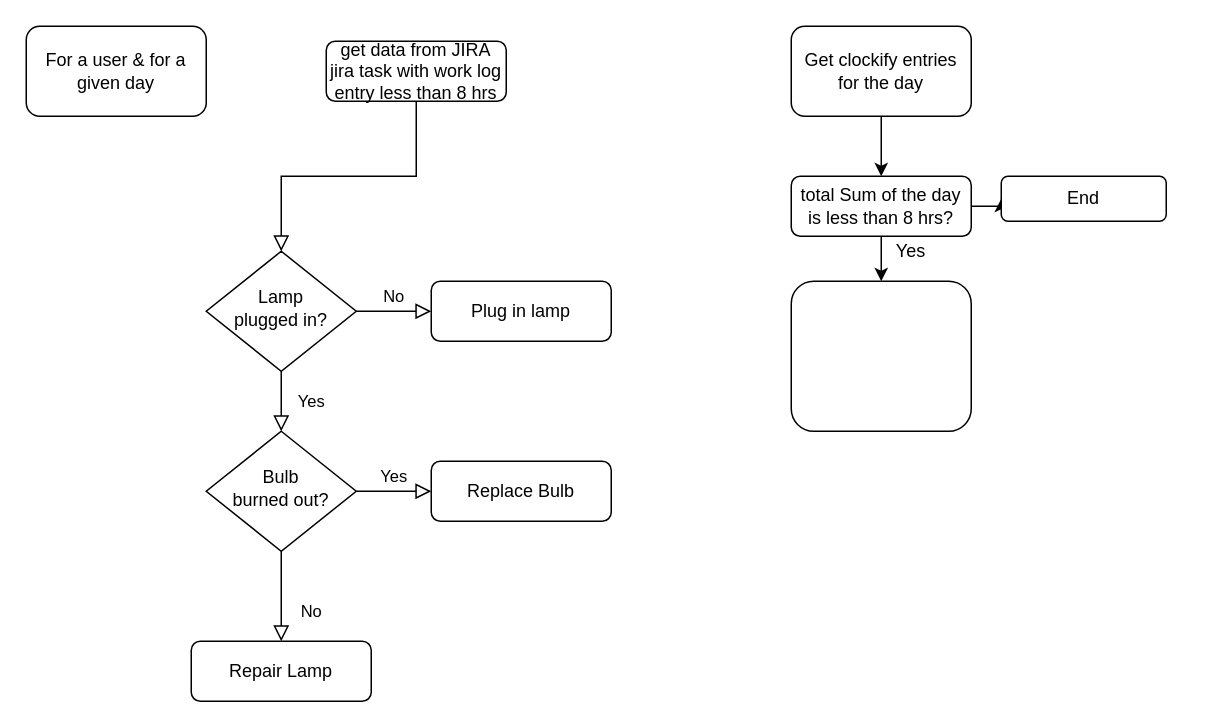
The draw.io diagram Untitled Diagram.drawio in pkochar263/Sending-Emails-to-multiple-people, before the edit. Source tidied: cells renumbered, new cells numbered last; positions are measured from the earlier drawing's top-left corner, leaving out a move shared by most shapes. Both pictures are drawn from the tidied source at 150%, with x=0, y=0 at pixel (26, 26).
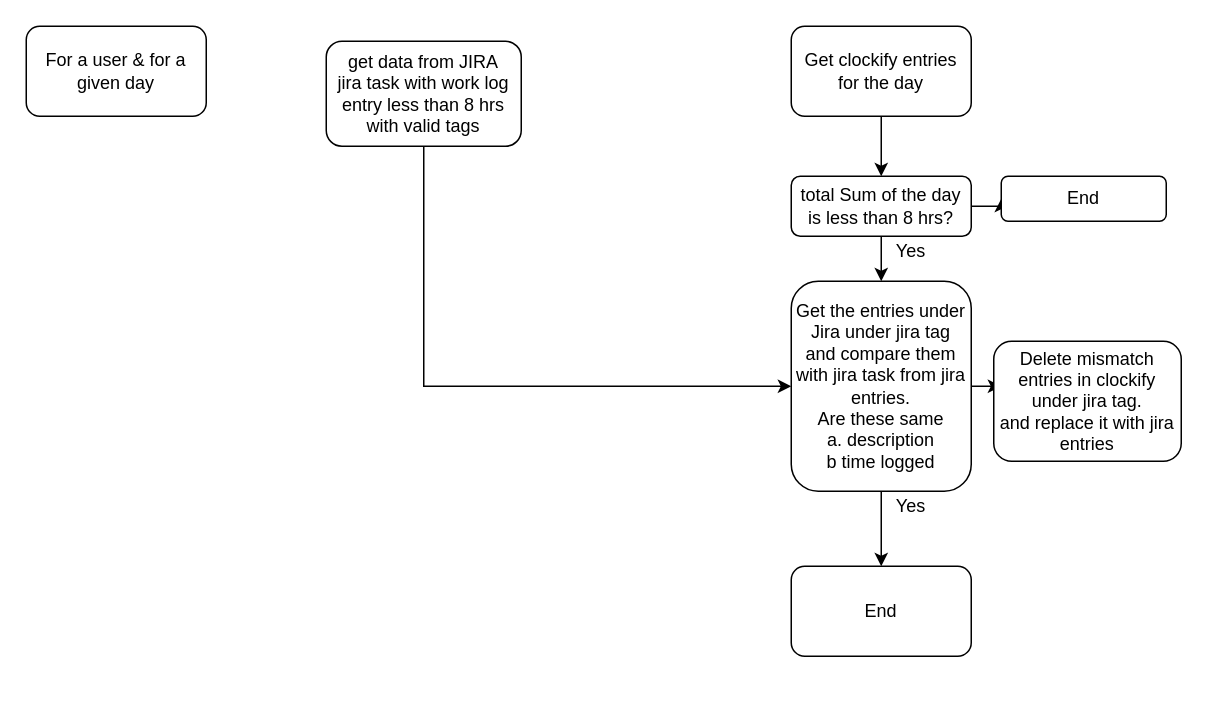
The same diagram, later.

Change to the diagram source:
```diff
@@
-    <mxCell id="2" style="rounded=0;html=1;jettySize=auto;fontSize=11;endArrow=block;endFill=0;endSize=8;strokeWidth=1;shadow=0;labelBackgroundColor=none;edgeStyle=orthogonalEdgeStyle;" parent="1" edge="1" source="3" target="6">
-      <mxGeometry relative="1" as="geometry" />
-    </mxCell>
+    <mxCell id="22" style="edgeStyle=orthogonalEdgeStyle;rounded=0;jettySize=auto;html=1;exitX=0.5;exitY=1;exitDx=0;exitDy=0;entryX=0;entryY=0.5;entryDx=0;entryDy=0;" parent="1" edge="1" source="3" target="19">
+      <mxGeometry relative="1" as="geometry" />
+    </mxCell>
-    <mxCell id="3" value="get data from JIRA&lt;br&gt;jira task with work log entry less than 8 hrs" style="rounded=1;whiteSpace=wrap;html=1;fontSize=12;glass=0;strokeWidth=1;shadow=0;" parent="1" vertex="1">
-      <mxGeometry x="200" y="10" width="120" height="40" as="geometry" />
+    <mxCell id="3" value="get data from JIRA&lt;br&gt;jira task with work log entry less than 8 hrs with valid tags" style="rounded=1;whiteSpace=wrap;html=1;fontSize=12;glass=0;strokeWidth=1;shadow=0;" parent="1" vertex="1">
+      <mxGeometry x="200" y="10" width="130" height="70" as="geometry" />
     </mxCell>
-    <mxCell id="4" value="Yes" style="rounded=0;html=1;jettySize=auto;fontSize=11;endArrow=block;endFill=0;endSize=8;strokeWidth=1;shadow=0;labelBackgroundColor=none;edgeStyle=orthogonalEdgeStyle;" parent="1" edge="1" source="6" target="10">
-      <mxGeometry y="20" relative="1" as="geometry" />
-    </mxCell>
-    <mxCell id="5" value="No" style="edgeStyle=orthogonalEdgeStyle;rounded=0;html=1;jettySize=auto;fontSize=11;endArrow=block;endFill=0;endSize=8;strokeWidth=1;shadow=0;labelBackgroundColor=none;" parent="1" edge="1" source="6" target="7">
-      <mxGeometry y="10" relative="1" as="geometry" />
-    </mxCell>
-    <mxCell id="6" value="Lamp&lt;br&gt;plugged in?" style="rhombus;whiteSpace=wrap;html=1;shadow=0;fontFamily=Helvetica;fontSize=12;align=center;strokeWidth=1;spacing=6;spacingTop=-4;" parent="1" vertex="1">
-      <mxGeometry x="120" y="150" width="100" height="80" as="geometry" />
-    </mxCell>
-    <mxCell id="7" value="Plug in lamp" style="rounded=1;whiteSpace=wrap;html=1;fontSize=12;glass=0;strokeWidth=1;shadow=0;" parent="1" vertex="1">
-      <mxGeometry x="270" y="170" width="120" height="40" as="geometry" />
-    </mxCell>
-    <mxCell id="8" value="No" style="rounded=0;html=1;jettySize=auto;fontSize=11;endArrow=block;endFill=0;endSize=8;strokeWidth=1;shadow=0;labelBackgroundColor=none;edgeStyle=orthogonalEdgeStyle;" parent="1" edge="1" source="10" target="11">
-      <mxGeometry x="0.33" y="20" relative="1" as="geometry" />
-    </mxCell>
-    <mxCell id="9" value="Yes" style="edgeStyle=orthogonalEdgeStyle;rounded=0;html=1;jettySize=auto;fontSize=11;endArrow=block;endFill=0;endSize=8;strokeWidth=1;shadow=0;labelBackgroundColor=none;" parent="1" edge="1" source="10" target="12">
-      <mxGeometry y="10" relative="1" as="geometry" />
-    </mxCell>
-    <mxCell id="10" value="Bulb&lt;br&gt;burned out?" style="rhombus;whiteSpace=wrap;html=1;shadow=0;fontFamily=Helvetica;fontSize=12;align=center;strokeWidth=1;spacing=6;spacingTop=-4;" parent="1" vertex="1">
-      <mxGeometry x="120" y="270" width="100" height="80" as="geometry" />
-    </mxCell>
-    <mxCell id="11" value="Repair Lamp" style="rounded=1;whiteSpace=wrap;html=1;fontSize=12;glass=0;strokeWidth=1;shadow=0;" parent="1" vertex="1">
-      <mxGeometry x="110" y="410" width="120" height="40" as="geometry" />
-    </mxCell>
-    <mxCell id="12" value="Replace Bulb" style="rounded=1;whiteSpace=wrap;html=1;fontSize=12;glass=0;strokeWidth=1;shadow=0;" parent="1" vertex="1">
-      <mxGeometry x="270" y="290" width="120" height="40" as="geometry" />
-    </mxCell>
@@
+    <mxCell id="23" style="edgeStyle=orthogonalEdgeStyle;rounded=0;jettySize=auto;html=1;" parent="1" edge="1" source="19" target="25">
+      <mxGeometry relative="1" as="geometry" />
+    </mxCell>
+    <mxCell id="24" style="edgeStyle=orthogonalEdgeStyle;rounded=0;jettySize=auto;html=1;" parent="1" edge="1" source="19">
+      <mxGeometry relative="1" as="geometry">
+        <mxPoint x="650" y="240" as="targetPoint" />
+      </mxGeometry>
+    </mxCell>
-    <mxCell id="19" style="whiteSpace=wrap;html=1;rounded=1;" parent="1" vertex="1">
-      <mxGeometry x="510" y="170" width="120" height="100" as="geometry" />
+    <mxCell id="19" value="Get the entries under Jira under jira tag&lt;br&gt;and compare them with jira task from jira entries.&lt;br&gt;Are these same&lt;br&gt;a. description&lt;br&gt;b time logged" style="whiteSpace=wrap;html=1;rounded=1;" parent="1" vertex="1">
+      <mxGeometry x="510" y="170" width="120" height="140" as="geometry" />
     </mxCell>
@@
+    <mxCell id="25" value="End" style="whiteSpace=wrap;html=1;rounded=1;" parent="1" vertex="1">
+      <mxGeometry x="510" y="360" width="120" height="60" as="geometry" />
+    </mxCell>
+    <mxCell id="26" value="Yes" style="text;html=1;strokeColor=none;fillColor=none;align=center;verticalAlign=middle;whiteSpace=wrap;rounded=0;" parent="1" vertex="1">
+      <mxGeometry x="570" y="310" width="40" height="20" as="geometry" />
+    </mxCell>
+    <mxCell id="27" value="Delete mismatch entries in clockify under jira tag.&lt;br&gt;and replace it with jira entries" style="whiteSpace=wrap;html=1;rounded=1;" parent="1" vertex="1">
+      <mxGeometry x="645" y="210" width="125" height="80" as="geometry" />
+    </mxCell>
```
